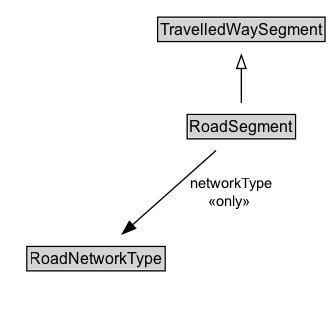
ISO-TC204/ontology-cdm-p2-v1 keeps this Graphviz diagram as docs/diagrams/RoadSegment.dot.png. Above is the earlier version. Its source is kept beside it as docs/diagrams/RoadSegment.dot. Its diagram source:
```dot
digraph {
	graph [overlap=false rankdir=TB splines=true]
	node [fontname=Arial fontsize=12 margin=0 shape=none]
	edge [fontname=Arial fontsize=11]
	{
		rank=max
		RoadSegment [label=<<TABLE BORDER="1" CELLBORDER="0" CELLSPACING="0" CELLPADDING="1"><TR><TD BGCOLOR="lightgray" ALIGN="CENTER" PORT="e">RoadSegment</TD></TR></TABLE>> URL="../RoadSegment.md" margin=0]
	}
	subgraph cluster_associated {
		label="" style=invis
		Invis [label=<<TABLE BORDER="0" CELLBORDER="0" CELLSPACING="0" CELLPADDING="1"><TR><TD></TD></TR></TABLE>> margin=0 style=invis]
		RoadNetworkType [label=<<TABLE BORDER="1" CELLBORDER="0" CELLSPACING="0" CELLPADDING="1"><TR><TD BGCOLOR="lightgray" ALIGN="CENTER">RoadNetworkType</TD></TR></TABLE>> URL="../RoadNetworkType.md" margin=0]
	}
	TravelledWaySegment [label=<<TABLE BORDER="1" CELLBORDER="0" CELLSPACING="0" CELLPADDING="1"><TR><TD BGCOLOR="lightgray" ALIGN="CENTER">TravelledWaySegment</TD></TR></TABLE>> URL="../TravelledWaySegment.md" margin=0]
	RoadSegment -> TravelledWaySegment [arrowhead=onormal style=solid]
	RoadSegment -> Invis [style=invis]
	Invis -> RoadNetworkType [style=invis]
	RoadSegment -> RoadNetworkType [label=" networkType
 «only»  " arrowhead=normal style=solid]
}
```
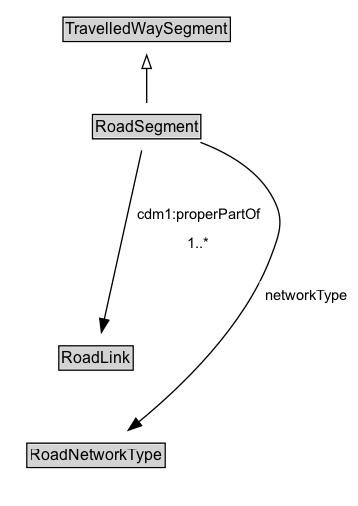
The same file after the commit.

Change to the diagram source:
```diff
@@ -3,18 +3,25 @@
 	node [fontname=Arial fontsize=12 margin=0 shape=none]
 	edge [fontname=Arial fontsize=11]
 	{
+		rank=source
+		TravelledWaySegment [label=<<TABLE BORDER="1" CELLBORDER="0" CELLSPACING="0" CELLPADDING="1"><TR><TD BGCOLOR="lightgray" ALIGN="CENTER">TravelledWaySegment</TD></TR></TABLE>> URL="../TravelledWaySegment" margin=0]
+	}
+	RoadSegment [label=<<TABLE BORDER="1" CELLBORDER="0" CELLSPACING="0" CELLPADDING="1"><TR><TD BGCOLOR="lightgray" ALIGN="CENTER">RoadSegment</TD></TR></TABLE>> URL="../RoadSegment" margin=0]
+	{
 		rank=max
-		RoadSegment [label=<<TABLE BORDER="1" CELLBORDER="0" CELLSPACING="0" CELLPADDING="1"><TR><TD BGCOLOR="lightgray" ALIGN="CENTER" PORT="e">RoadSegment</TD></TR></TABLE>> URL="../RoadSegment.md" margin=0]
 	}
 	subgraph cluster_associated {
 		label="" style=invis
 		Invis [label=<<TABLE BORDER="0" CELLBORDER="0" CELLSPACING="0" CELLPADDING="1"><TR><TD></TD></TR></TABLE>> margin=0 style=invis]
-		RoadNetworkType [label=<<TABLE BORDER="1" CELLBORDER="0" CELLSPACING="0" CELLPADDING="1"><TR><TD BGCOLOR="lightgray" ALIGN="CENTER">RoadNetworkType</TD></TR></TABLE>> URL="../RoadNetworkType.md" margin=0]
+		RoadLink [label=<<TABLE BORDER="1" CELLBORDER="0" CELLSPACING="0" CELLPADDING="1"><TR><TD BGCOLOR="lightgray" ALIGN="CENTER">RoadLink</TD></TR></TABLE>> URL="../RoadLink" margin=0]
+		RoadNetworkType [label=<<TABLE BORDER="1" CELLBORDER="0" CELLSPACING="0" CELLPADDING="1"><TR><TD BGCOLOR="lightgray" ALIGN="CENTER">RoadNetworkType</TD></TR></TABLE>> URL="../RoadNetworkType" margin=0]
 	}
-	TravelledWaySegment [label=<<TABLE BORDER="1" CELLBORDER="0" CELLSPACING="0" CELLPADDING="1"><TR><TD BGCOLOR="lightgray" ALIGN="CENTER">TravelledWaySegment</TD></TR></TABLE>> URL="../TravelledWaySegment.md" margin=0]
 	RoadSegment -> TravelledWaySegment [arrowhead=onormal style=solid]
 	RoadSegment -> Invis [style=invis]
-	Invis -> RoadNetworkType [style=invis]
-	RoadSegment -> RoadNetworkType [label=" networkType
- «only»  " arrowhead=normal style=solid]
+	Invis -> RoadLink [style=invis]
+	RoadLink -> RoadNetworkType [style=invis]
+	RoadLink [label=<<TABLE BORDER="1" CELLBORDER="0" CELLSPACING="0" CELLPADDING="1"><TR><TD BGCOLOR="lightgray" ALIGN="CENTER">RoadLink</TD></TR></TABLE>> URL="../RoadLink" margin=0]
+	RoadSegment -> RoadLink [label=<<TABLE BORDER="0" CELLBORDER="0" CELLSPACING="0" CELLPADDING="4" BGCOLOR="white"><TR><TD ALIGN="CENTER">cdm1:properPartOf</TD></TR><TR><TD ALIGN="CENTER">1..*</TD></TR></TABLE>> arrowhead=normal style=solid]
+	RoadNetworkType [label=<<TABLE BORDER="1" CELLBORDER="0" CELLSPACING="0" CELLPADDING="1"><TR><TD BGCOLOR="lightgray" ALIGN="CENTER">RoadNetworkType</TD></TR></TABLE>> URL="../RoadNetworkType" margin=0]
+	RoadSegment -> RoadNetworkType [label=<<TABLE BORDER="0" CELLBORDER="0" CELLSPACING="0" CELLPADDING="4" BGCOLOR="white"><TR><TD ALIGN="CENTER">networkType</TD></TR></TABLE>> arrowhead=normal style=solid]
 }
```
